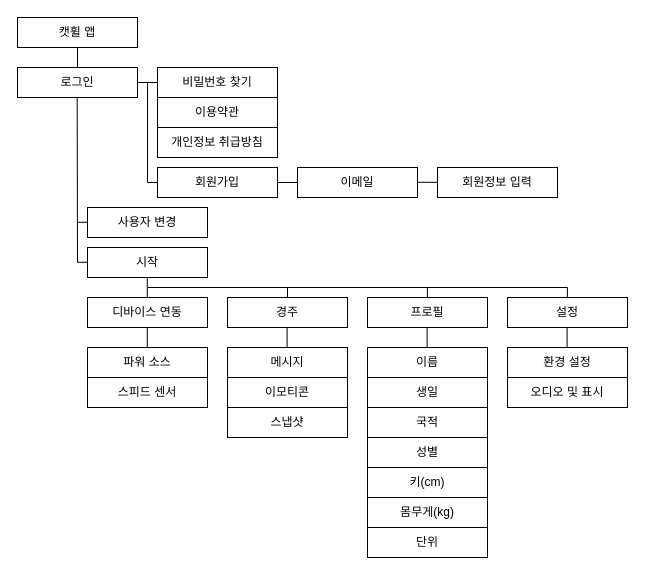
The draw.io diagram yongseop/Zwift 도식.drawio in polygm/zwiftcat_2023, before the edit. Source tidied: cells renumbered, new cells numbered last; positions are measured from the earlier drawing's top-left corner, leaving out a move shared by most shapes. Both pictures are drawn from the tidied source at 100%, with x=0, y=0 at pixel (17, 17).
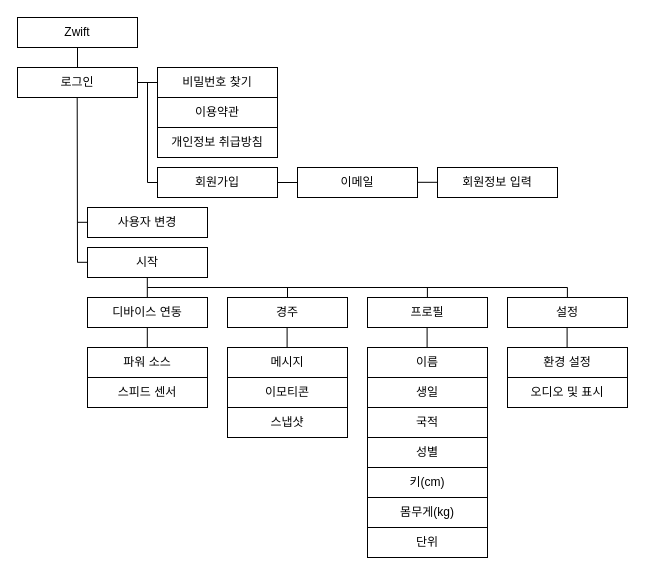
The same page after the edit.

Commit message:
Zwift 도식.drawio 업데이트

The edit, as a diff of the source:
```diff
@@
-    <mxCell id="2" value="캣휠 앱" style="rounded=0;whiteSpace=wrap;html=1;" parent="1" vertex="1">
+    <mxCell id="2" value="Zwift" style="rounded=0;whiteSpace=wrap;html=1;" parent="1" vertex="1">
       <mxGeometry width="120" height="30" as="geometry" />
     </mxCell>
```
